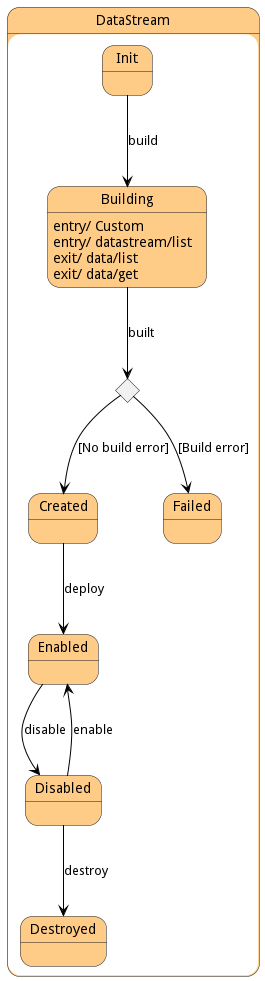
Before: docs/sabr/diml/dsm/models/datastream/statenet.png, a diagram exported from PlantUML (madajaju/sabr). Its diagram source:
```plantuml
@startuml



state DataStream #ffcc88 {

    state Init #ffcc88 {
    }

    state Building #ffcc88 {
    }

    state Created #ffcc88 {
    }

    state Disabled #ffcc88 {
    }

    state Enabled #ffcc88 {
    }

    state Failed #ffcc88 {
    }

    state Destroyed #ffcc88 {
    }




Init -[#black]--> Building : build

Building: entry/ Custom

Building: entry/ datastream/list

Building: exit/ data/list

Building: exit/ data/get

state builtCondition <<choice>>
Building -[#black]--> builtCondition : built

builtCondition -[#black]--> Created: [No build error]

builtCondition -[#black]--> Failed: [Build error]

Created -[#black]--> Enabled : deploy

Disabled -[#black]--> Enabled : enable

Disabled -[#black]--> Destroyed : destroy

Enabled -[#black]--> Disabled : disable

}


@enduml
```
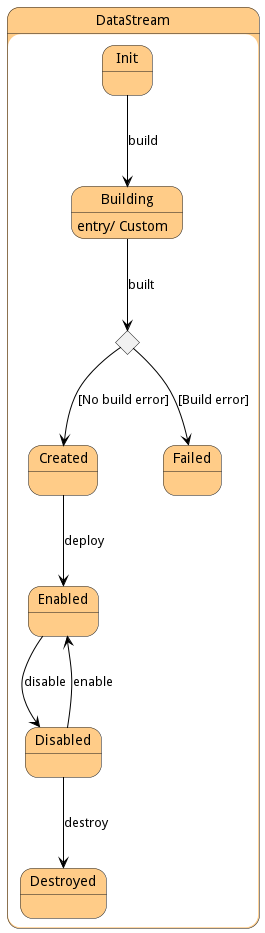
After the change.

Diff of the diagram source:
```diff
@@ -32,12 +32,6 @@
 
 Building: entry/ Custom
 
-Building: entry/ datastream/list
-
-Building: exit/ data/list
-
-Building: exit/ data/get
-
 state builtCondition <<choice>>
 Building -[#black]--> builtCondition : built
 
```
